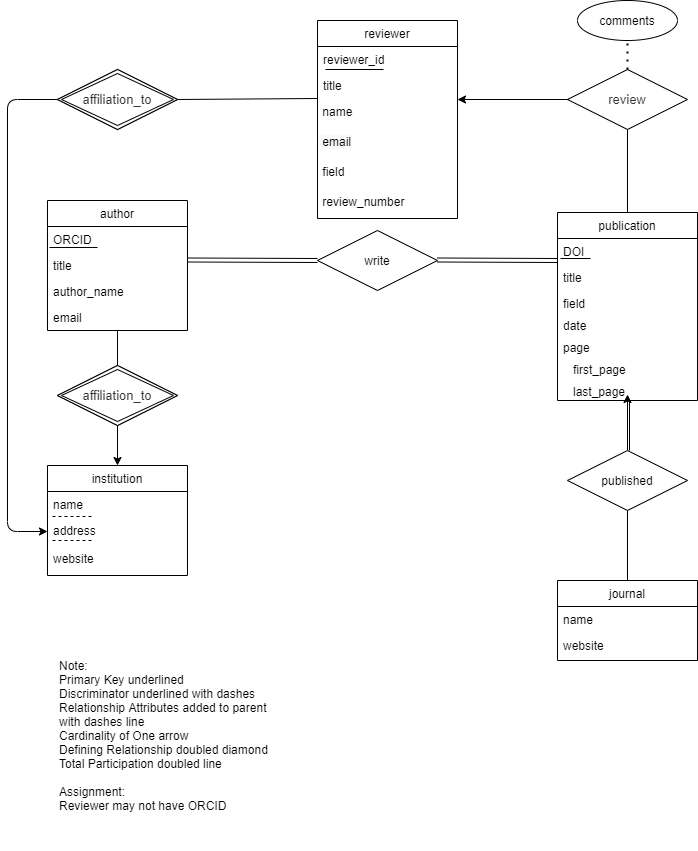
impulseoy/learnGit keeps this draw.io diagram as Untitled Diagram.png. Above is the earlier version. Source tidied: cells renumbered, new cells last; positions are measured from the earlier drawing's top-left corner, leaving out a move shared by most shapes.
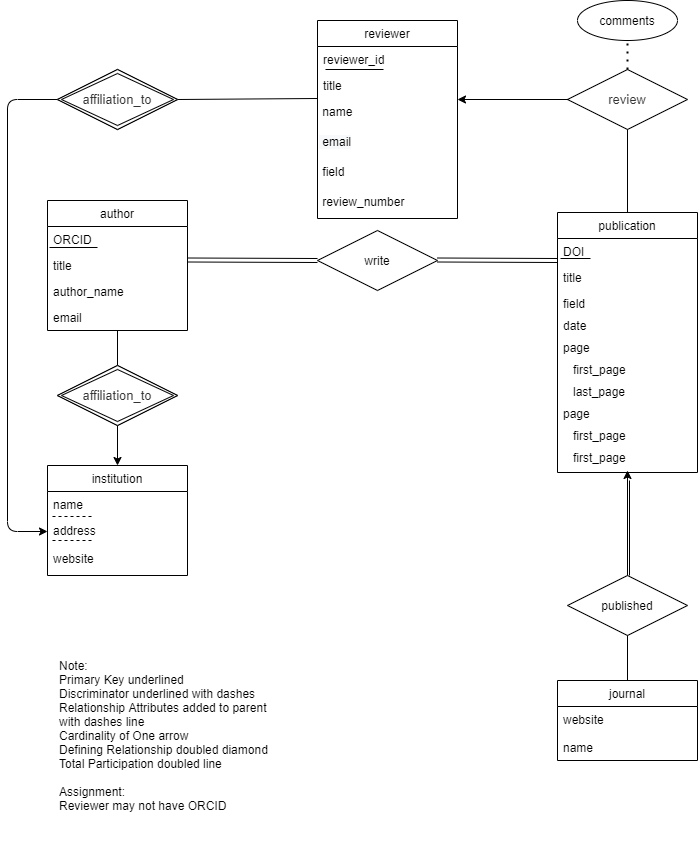
After the commit.

The edit, as a diff of the source:
```diff
@@ -3,7 +3,7 @@
     <mxCell id="0" />
     <mxCell id="1" parent="0" />
     <mxCell id="2" value="publication" style="swimlane;fontStyle=0;horizontal=1;startSize=26;fillColor=none;" parent="1" vertex="1">
-      <mxGeometry x="550" y="212" width="140" height="188" as="geometry" />
+      <mxGeometry x="550" y="212" width="140" height="260" as="geometry" />
     </mxCell>
     <mxCell id="3" value="DOI" style="text;strokeColor=none;fillColor=none;align=left;verticalAlign=top;spacingLeft=4;spacingRight=4;overflow=hidden;" parent="2" vertex="1">
       <mxGeometry y="26" width="140" height="26" as="geometry" />
@@ -32,6 +32,15 @@
     <mxCell id="10" value="   last_page" style="text;strokeColor=none;fillColor=none;align=left;verticalAlign=top;spacingLeft=4;spacingRight=4;overflow=hidden;" parent="2" vertex="1">
       <mxGeometry y="166" width="140" height="22" as="geometry" />
     </mxCell>
+    <mxCell id="55" value="page" style="text;strokeColor=none;fillColor=none;align=left;verticalAlign=top;spacingLeft=4;spacingRight=4;overflow=hidden;" parent="2" vertex="1">
+      <mxGeometry y="188" width="140" height="22" as="geometry" />
+    </mxCell>
+    <mxCell id="56" value="   first_page" style="text;strokeColor=none;fillColor=none;align=left;verticalAlign=top;spacingLeft=4;spacingRight=4;overflow=hidden;" parent="2" vertex="1">
+      <mxGeometry y="210" width="140" height="22" as="geometry" />
+    </mxCell>
+    <mxCell id="57" value="   first_page" style="text;strokeColor=none;fillColor=none;align=left;verticalAlign=top;spacingLeft=4;spacingRight=4;overflow=hidden;" parent="2" vertex="1">
+      <mxGeometry y="232" width="140" height="28" as="geometry" />
+    </mxCell>
     <mxCell id="11" value="author" style="swimlane;fontStyle=0;horizontal=1;startSize=26;fillColor=none;" parent="1" vertex="1">
       <mxGeometry x="40" y="200" width="140" height="130" as="geometry" />
     </mxCell>
@@ -68,14 +77,14 @@
       </mxGeometry>
     </mxCell>
     <mxCell id="20" value="journal" style="swimlane;fontStyle=0;horizontal=1;startSize=26;fillColor=none;" parent="1" vertex="1">
-      <mxGeometry x="550" y="580" width="140" height="80" as="geometry" />
+      <mxGeometry x="550" y="680" width="140" height="80" as="geometry" />
     </mxCell>
+    <mxCell id="22" value="website" style="text;strokeColor=none;fillColor=none;align=left;verticalAlign=top;spacingLeft=4;spacingRight=4;overflow=hidden;" parent="20" vertex="1">
+      <mxGeometry y="26" width="140" height="28" as="geometry" />
+    </mxCell>
     <mxCell id="21" value="name" style="text;strokeColor=none;fillColor=none;align=left;verticalAlign=top;spacingLeft=4;spacingRight=4;overflow=hidden;" parent="20" vertex="1">
-      <mxGeometry y="26" width="140" height="26" as="geometry" />
+      <mxGeometry y="54" width="140" height="26" as="geometry" />
     </mxCell>
-    <mxCell id="22" value="website" style="text;strokeColor=none;fillColor=none;align=left;verticalAlign=top;spacingLeft=4;spacingRight=4;overflow=hidden;" parent="20" vertex="1">
-      <mxGeometry y="52" width="140" height="28" as="geometry" />
-    </mxCell>
     <mxCell id="23" value="institution" style="swimlane;fontStyle=0;horizontal=1;startSize=26;fillColor=none;" parent="1" vertex="1">
       <mxGeometry x="40" y="465" width="140" height="110" as="geometry" />
     </mxCell>
@@ -128,7 +137,7 @@
       <mxGeometry y="168" width="140" height="30" as="geometry" />
     </mxCell>
     <mxCell id="37" value="published" style="shape=rhombus;perimeter=rhombusPerimeter;whiteSpace=wrap;html=1;align=center;" parent="1" vertex="1">
-      <mxGeometry x="560" y="450" width="120" height="60" as="geometry" />
+      <mxGeometry x="560" y="575" width="120" height="60" as="geometry" />
     </mxCell>
     <mxCell id="38" style="endArrow=none;html=1;rounded=0;exitX=0.5;exitY=0;exitDx=0;exitDy=0;entryX=0.5;entryY=1;entryDx=0;entryDy=0;" parent="1" edge="1" source="20" target="37">
       <mxGeometry relative="1" as="geometry" />
@@ -173,13 +182,13 @@
     </mxCell>
     <mxCell id="48" style="endArrow=classic;html=1;exitX=0.5;exitY=0;exitDx=0;exitDy=0;" parent="1" edge="1" source="37">
       <mxGeometry relative="1" as="geometry">
-        <mxPoint x="620" y="394" as="targetPoint" />
+        <mxPoint x="620" y="470" as="targetPoint" />
       </mxGeometry>
     </mxCell>
     <mxCell id="49" style="endArrow=none;html=1;" parent="1" edge="1">
       <mxGeometry relative="1" as="geometry">
-        <mxPoint x="622" y="450" as="sourcePoint" />
-        <mxPoint x="622" y="400" as="targetPoint" />
+        <mxPoint x="622" y="575" as="sourcePoint" />
+        <mxPoint x="622" y="480" as="targetPoint" />
       </mxGeometry>
     </mxCell>
     <mxCell id="50" value="&lt;span style=&quot;color: rgba(0 , 0 , 0 , 0) ; font-family: monospace ; font-size: 0px ; background-color: rgb(248 , 249 , 250)&quot;&gt;%3CmxGraphModel%3E%3Croot%3E%3CmxCell%20id%3D%220%22%2F%3E%3CmxCell%20id%3D%221%22%20parent%3D%220%22%2F%3E%3CmxCell%20id%3D%222%22%20value%3D%22%22%20style%3D%22endArrow%3Dnone%3Bhtml%3D1%3Brounded%3D0%3BexitX%3D1%3BexitY%3D0.5%3BexitDx%3D0%3BexitDy%3D0%3BentryX%3D0%3BentryY%3D0%3BentryDx%3D0%3BentryDy%3D0%3B%22%20edge%3D%221%22%20parent%3D%221%22%3E%3CmxGeometry%20relative%3D%221%22%20as%3D%22geometry%22%3E%3CmxPoint%20x%3D%22250%22%20y%3D%22359%22%20as%3D%22sourcePoint%22%2F%3E%3CmxPoint%20x%3D%22390%22%20y%3D%22358%22%20as%3D%22targetPoint%22%2F%3E%3C%2FmxGeometry%3E%3C%2FmxCell%3E%3C%2Froot%3E%3C%2FmxGraphModel%3E&lt;/span&gt;" style="endArrow=none;html=1;rounded=0;exitX=0.5;exitY=0;exitDx=0;exitDy=0;entryX=0;entryY=0;entryDx=0;entryDy=0;" parent="1" edge="1" source="2">
```
